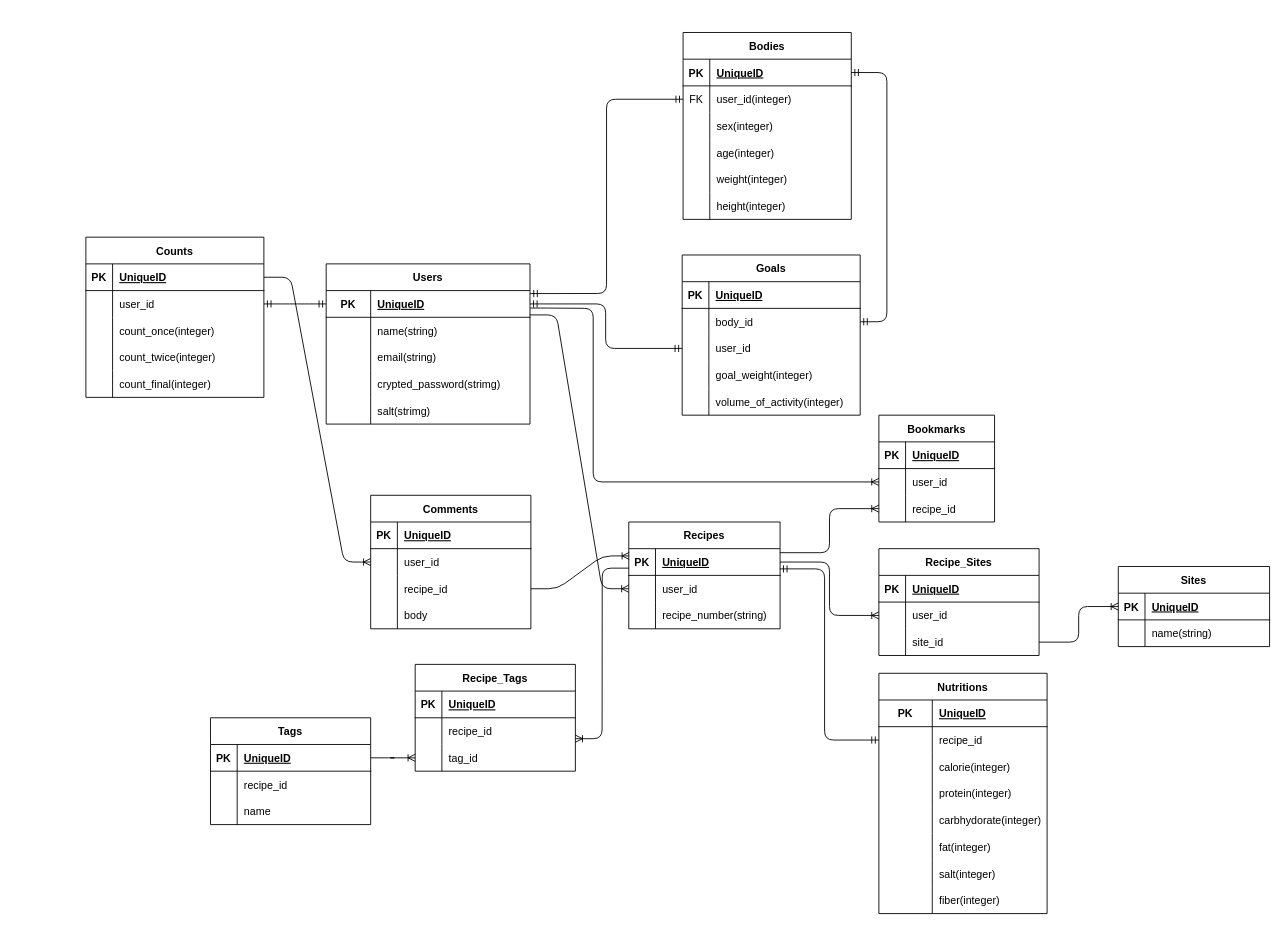
Before: slatrition.drawio in shinotaku1997/slatrition, a draw.io diagram. Source tidied: cells renumbered, new cells numbered last; positions are measured from the earlier drawing's top-left corner, leaving out a move shared by most shapes. Both pictures are drawn from the tidied source at 89%, with x=0, y=0 at pixel (85, 32).
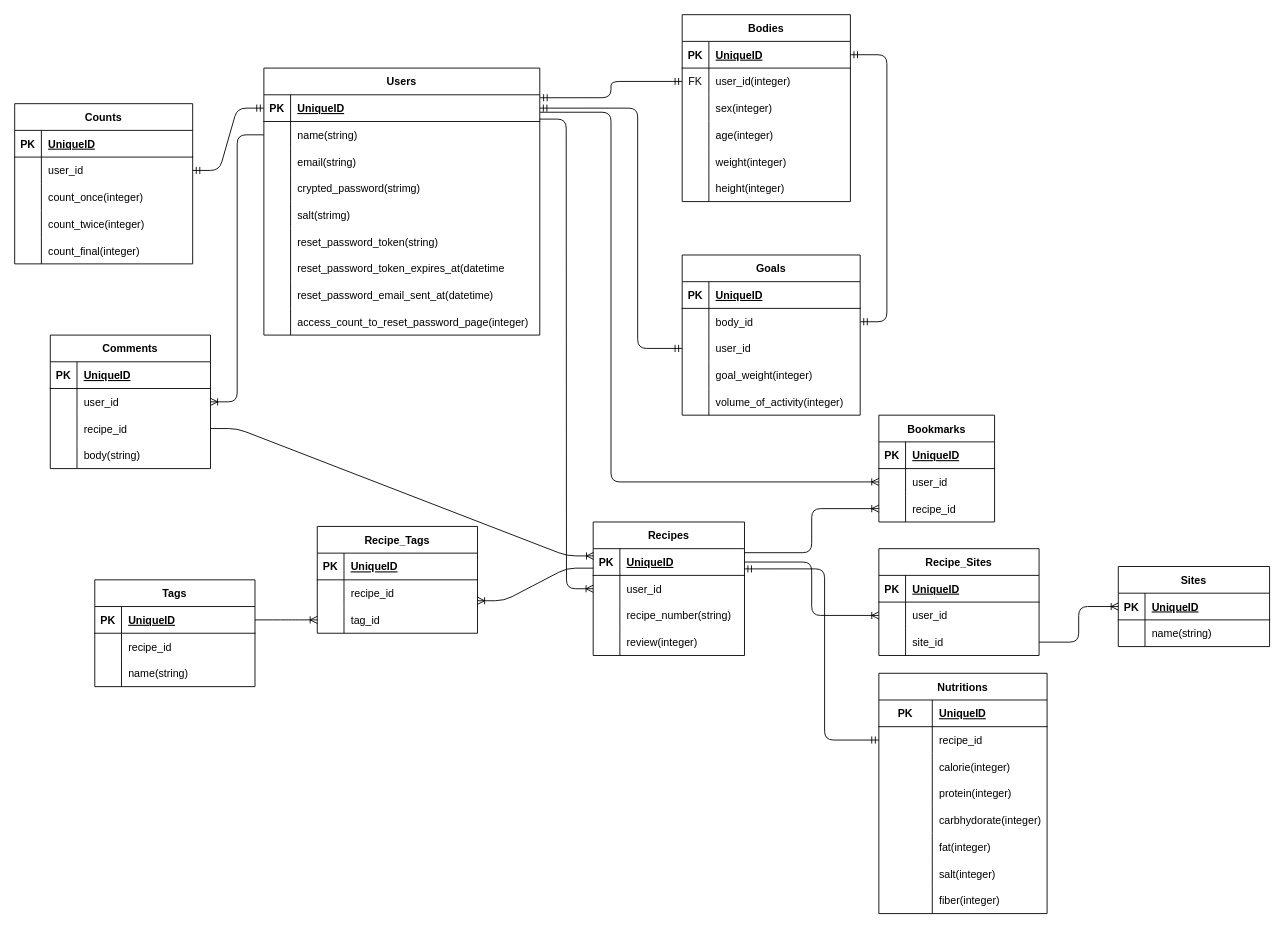
After the change.

Commit message:
カラムの追加

Unchanged cells that the change refers to:
```xml
<mxCell id="41" style="shape=tableRow;horizontal=0;startSize=0;swimlaneHead=0;swimlaneBody=0;fillColor=none;points=[[0,0.5],[1,0.5]];portConstraint=eastwest;top=0;left=0;right=0;bottom=0;" parent="37" vertex="1">
  <mxGeometry y="60" width="130" height="30" as="geometry" />
</mxCell>
<mxCell id="54" style="shape=tableRow;horizontal=0;startSize=0;swimlaneHead=0;swimlaneBody=0;fillColor=none;points=[[0,0.5],[1,0.5]];portConstraint=eastwest;top=0;left=0;right=0;bottom=0;" parent="47" vertex="1">
  <mxGeometry y="90" width="200" height="30" as="geometry" />
</mxCell>
<mxCell id="74" style="shape=tableRow;horizontal=0;startSize=0;swimlaneHead=0;swimlaneBody=0;fillColor=none;points=[[0,0.5],[1,0.5]];portConstraint=eastwest;top=0;left=0;right=0;bottom=1;" parent="73" vertex="1">
  <mxGeometry y="30" width="200" height="30" as="geometry" />
</mxCell>
<mxCell id="145" style="shape=tableRow;horizontal=0;startSize=0;swimlaneHead=0;swimlaneBody=0;fillColor=none;points=[[0,0.5],[1,0.5]];portConstraint=eastwest;top=0;left=0;right=0;bottom=0;" parent="141" vertex="1">
  <mxGeometry y="60" width="180" height="30" as="geometry" />
</mxCell>
<mxCell id="151" style="shape=tableRow;horizontal=0;startSize=0;swimlaneHead=0;swimlaneBody=0;fillColor=none;top=0;left=0;right=0;bottom=0;" parent="141" vertex="1">
  <mxGeometry y="120" width="180" height="30" as="geometry" />
</mxCell>
<mxCell id="161" style="shape=tableRow;horizontal=0;startSize=0;swimlaneHead=0;swimlaneBody=0;fillColor=none;top=0;left=0;right=0;bottom=0;" parent="154" vertex="1">
  <mxGeometry y="90" width="180" height="30" as="geometry" />
</mxCell>
```

Diff of the diagram source:
```diff
@@
     <mxCell id="2" value="Users" style="shape=table;startSize=30;childLayout=tableLayout;rowLines=0;fontStyle=1;align=center;" parent="1" vertex="1">
-      <mxGeometry x="270" y="260" width="229" height="180" as="geometry" />
+      <mxGeometry x="200" y="40" width="310" height="300" as="geometry" />
     </mxCell>
     <mxCell id="3" style="shape=tableRow;horizontal=0;startSize=0;swimlaneHead=0;swimlaneBody=0;fillColor=none;points=[[0,0.5],[1,0.5]];portConstraint=eastwest;top=0;left=0;right=0;bottom=1;" parent="2" vertex="1">
-      <mxGeometry y="30" width="229" height="30" as="geometry" />
+      <mxGeometry y="30" width="310" height="30" as="geometry" />
     </mxCell>
     <mxCell id="4" value="PK" style="shape=partialRectangle;fillColor=none;top=0;left=0;bottom=0;right=0;fontStyle=1;overflow=hidden;" parent="3" vertex="1">
-      <mxGeometry width="50" height="30" as="geometry" />
+      <mxGeometry width="30" height="30" as="geometry" />
     </mxCell>
     <mxCell id="5" value="UniqueID" style="shape=partialRectangle;fillColor=none;top=0;left=0;bottom=0;right=0;align=left;spacingLeft=6;fontStyle=5;overflow=hidden;" parent="3" vertex="1">
-      <mxGeometry x="50" width="179" height="30" as="geometry" />
+      <mxGeometry x="30" width="280" height="30" as="geometry" />
     </mxCell>
     <mxCell id="6" style="shape=tableRow;horizontal=0;startSize=0;swimlaneHead=0;swimlaneBody=0;fillColor=none;points=[[0,0.5],[1,0.5]];portConstraint=eastwest;top=0;left=0;right=0;bottom=0;" parent="2" vertex="1">
-      <mxGeometry y="60" width="229" height="30" as="geometry" />
+      <mxGeometry y="60" width="310" height="30" as="geometry" />
     </mxCell>
     <mxCell id="7" style="shape=partialRectangle;fillColor=none;top=0;left=0;bottom=0;right=0;overflow=hidden;" parent="6" vertex="1">
-      <mxGeometry width="50" height="30" as="geometry" />
+      <mxGeometry width="30" height="30" as="geometry" />
     </mxCell>
     <mxCell id="8" value="name(string)" style="shape=partialRectangle;fillColor=none;top=0;left=0;bottom=0;right=0;align=left;spacingLeft=6;overflow=hidden;" parent="6" vertex="1">
-      <mxGeometry x="50" width="179" height="30" as="geometry" />
+      <mxGeometry x="30" width="280" height="30" as="geometry" />
     </mxCell>
     <mxCell id="9" style="shape=tableRow;horizontal=0;startSize=0;swimlaneHead=0;swimlaneBody=0;fillColor=none;top=0;left=0;right=0;bottom=0;" parent="2" vertex="1">
-      <mxGeometry y="90" width="229" height="30" as="geometry" />
+      <mxGeometry y="90" width="310" height="30" as="geometry" />
     </mxCell>
     <mxCell id="10" style="shape=partialRectangle;fillColor=none;top=0;left=0;bottom=0;right=0;overflow=hidden;" parent="9" vertex="1">
-      <mxGeometry width="50" height="30" as="geometry" />
+      <mxGeometry width="30" height="30" as="geometry" />
     </mxCell>
     <mxCell id="11" value="email(string)" style="shape=partialRectangle;fillColor=none;top=0;left=0;bottom=0;right=0;align=left;spacingLeft=6;overflow=hidden;" parent="9" vertex="1">
-      <mxGeometry x="50" width="179" height="30" as="geometry" />
+      <mxGeometry x="30" width="280" height="30" as="geometry" />
     </mxCell>
     <mxCell id="12" style="shape=tableRow;horizontal=0;startSize=0;swimlaneHead=0;swimlaneBody=0;fillColor=none;top=0;left=0;right=0;bottom=0;" parent="2" vertex="1">
-      <mxGeometry y="120" width="229" height="30" as="geometry" />
+      <mxGeometry y="120" width="310" height="30" as="geometry" />
     </mxCell>
     <mxCell id="13" style="shape=partialRectangle;fillColor=none;top=0;left=0;bottom=0;right=0;overflow=hidden;" parent="12" vertex="1">
-      <mxGeometry width="50" height="30" as="geometry" />
+      <mxGeometry width="30" height="30" as="geometry" />
     </mxCell>
     <mxCell id="14" value="crypted_password(strimg)" style="shape=partialRectangle;fillColor=none;top=0;left=0;bottom=0;right=0;align=left;spacingLeft=6;overflow=hidden;" parent="12" vertex="1">
-      <mxGeometry x="50" width="179" height="30" as="geometry" />
+      <mxGeometry x="30" width="280" height="30" as="geometry" />
     </mxCell>
     <mxCell id="15" style="shape=tableRow;horizontal=0;startSize=0;swimlaneHead=0;swimlaneBody=0;fillColor=none;top=0;left=0;right=0;bottom=0;" parent="2" vertex="1">
-      <mxGeometry y="150" width="229" height="30" as="geometry" />
+      <mxGeometry y="150" width="310" height="30" as="geometry" />
     </mxCell>
     <mxCell id="16" style="shape=partialRectangle;fillColor=none;top=0;left=0;bottom=0;right=0;overflow=hidden;" parent="15" vertex="1">
-      <mxGeometry width="50" height="30" as="geometry" />
+      <mxGeometry width="30" height="30" as="geometry" />
     </mxCell>
     <mxCell id="17" value="salt(strimg)" style="shape=partialRectangle;fillColor=none;top=0;left=0;bottom=0;right=0;align=left;spacingLeft=6;overflow=hidden;" parent="15" vertex="1">
-      <mxGeometry x="50" width="179" height="30" as="geometry" />
+      <mxGeometry x="30" width="280" height="30" as="geometry" />
     </mxCell>
+    <mxCell id="178" style="shape=tableRow;horizontal=0;startSize=0;swimlaneHead=0;swimlaneBody=0;fillColor=none;top=0;left=0;right=0;bottom=0;" parent="2" vertex="1">
+      <mxGeometry y="180" width="310" height="30" as="geometry" />
+    </mxCell>
+    <mxCell id="179" style="shape=partialRectangle;fillColor=none;top=0;left=0;bottom=0;right=0;overflow=hidden;" parent="178" vertex="1">
+      <mxGeometry width="30" height="30" as="geometry" />
+    </mxCell>
+    <mxCell id="180" value="reset_password_token(string)" style="shape=partialRectangle;fillColor=none;top=0;left=0;bottom=0;right=0;align=left;spacingLeft=6;overflow=hidden;" parent="178" vertex="1">
+      <mxGeometry x="30" width="280" height="30" as="geometry" />
+    </mxCell>
+    <mxCell id="181" style="shape=tableRow;horizontal=0;startSize=0;swimlaneHead=0;swimlaneBody=0;fillColor=none;top=0;left=0;right=0;bottom=0;" parent="2" vertex="1">
+      <mxGeometry y="210" width="310" height="30" as="geometry" />
+    </mxCell>
+    <mxCell id="182" style="shape=partialRectangle;fillColor=none;top=0;left=0;bottom=0;right=0;overflow=hidden;" parent="181" vertex="1">
+      <mxGeometry width="30" height="30" as="geometry" />
+    </mxCell>
+    <mxCell id="183" value="reset_password_token_expires_at(datetime" style="shape=partialRectangle;fillColor=none;top=0;left=0;bottom=0;right=0;align=left;spacingLeft=6;overflow=hidden;" parent="181" vertex="1">
+      <mxGeometry x="30" width="280" height="30" as="geometry" />
+    </mxCell>
+    <mxCell id="184" style="shape=tableRow;horizontal=0;startSize=0;swimlaneHead=0;swimlaneBody=0;fillColor=none;top=0;left=0;right=0;bottom=0;" parent="2" vertex="1">
+      <mxGeometry y="240" width="310" height="30" as="geometry" />
+    </mxCell>
+    <mxCell id="185" style="shape=partialRectangle;fillColor=none;top=0;left=0;bottom=0;right=0;overflow=hidden;" parent="184" vertex="1">
+      <mxGeometry width="30" height="30" as="geometry" />
+    </mxCell>
+    <mxCell id="186" value="reset_password_email_sent_at(datetime)" style="shape=partialRectangle;fillColor=none;top=0;left=0;bottom=0;right=0;align=left;spacingLeft=6;overflow=hidden;" parent="184" vertex="1">
+      <mxGeometry x="30" width="280" height="30" as="geometry" />
+    </mxCell>
+    <mxCell id="187" style="shape=tableRow;horizontal=0;startSize=0;swimlaneHead=0;swimlaneBody=0;fillColor=none;top=0;left=0;right=0;bottom=0;" parent="2" vertex="1">
+      <mxGeometry y="270" width="310" height="30" as="geometry" />
+    </mxCell>
+    <mxCell id="188" style="shape=partialRectangle;fillColor=none;top=0;left=0;bottom=0;right=0;overflow=hidden;" parent="187" vertex="1">
+      <mxGeometry width="30" height="30" as="geometry" />
+    </mxCell>
+    <mxCell id="189" value="access_count_to_reset_password_page(integer)" style="shape=partialRectangle;fillColor=none;top=0;left=0;bottom=0;right=0;align=left;spacingLeft=6;overflow=hidden;" parent="187" vertex="1">
+      <mxGeometry x="30" width="280" height="30" as="geometry" />
+    </mxCell>
     <mxCell id="18" value="Bodies" style="shape=table;startSize=30;childLayout=tableLayout;rowLines=0;fontStyle=1;align=center;" parent="1" vertex="1">
-      <mxGeometry x="671" width="189" height="210" as="geometry" />
+      <mxGeometry x="670" y="-20" width="189" height="210" as="geometry" />
     </mxCell>
@@
     <mxCell id="63" value="Recipes" style="shape=table;startSize=30;childLayout=tableLayout;rowLines=0;fontStyle=1;align=center;" parent="1" vertex="1">
-      <mxGeometry x="610" y="550" width="170" height="120" as="geometry" />
+      <mxGeometry x="570" y="550" width="170" height="150" as="geometry" />
     </mxCell>
@@
+    <mxCell id="190" style="shape=tableRow;horizontal=0;startSize=0;swimlaneHead=0;swimlaneBody=0;fillColor=none;top=0;left=0;right=0;bottom=0;" parent="63" vertex="1">
+      <mxGeometry y="120" width="170" height="30" as="geometry" />
+    </mxCell>
+    <mxCell id="191" style="shape=partialRectangle;fillColor=none;top=0;left=0;bottom=0;right=0;overflow=hidden;" parent="190" vertex="1">
+      <mxGeometry width="30" height="30" as="geometry" />
+    </mxCell>
+    <mxCell id="192" value="review(integer)" style="shape=partialRectangle;fillColor=none;top=0;left=0;bottom=0;right=0;align=left;spacingLeft=6;overflow=hidden;" parent="190" vertex="1">
+      <mxGeometry x="30" width="140" height="30" as="geometry" />
+    </mxCell>
     <mxCell id="73" value="Counts" style="shape=table;startSize=30;childLayout=tableLayout;rowLines=0;fontStyle=1;align=center;" parent="1" vertex="1">
-      <mxGeometry y="230" width="200" height="180" as="geometry" />
+      <mxGeometry x="-80" y="80" width="200" height="180" as="geometry" />
     </mxCell>
@@
     <mxCell id="123" style="edgeStyle=orthogonalEdgeStyle;fontSize=12;html=1;endArrow=ERmandOne;startArrow=ERmandOne;entryX=0;entryY=0.5;entryDx=0;entryDy=0;exitX=1;exitY=0.5;exitDx=0;exitDy=0;" parent="1" edge="1" source="3" target="54">
       <mxGeometry relative="1" as="geometry">
         <Array as="points">
-          <mxPoint x="584" y="305" />
-          <mxPoint x="584" y="355" />
+          <mxPoint x="620" y="85" />
+          <mxPoint x="620" y="355" />
         </Array>
       </mxGeometry>
     </mxCell>
@@
     <mxCell id="139" style="edgeStyle=orthogonalEdgeStyle;fontSize=12;html=1;endArrow=ERoneToMany;entryX=0;entryY=0.5;entryDx=0;entryDy=0;exitX=1.001;exitY=0.654;exitDx=0;exitDy=0;exitPerimeter=0;" parent="1" edge="1" source="3" target="41">
       <mxGeometry relative="1" as="geometry">
         <Array as="points">
-          <mxPoint x="510" y="310" />
-          <mxPoint x="570" y="310" />
-          <mxPoint x="570" y="505" />
+          <mxPoint x="590" y="90" />
+          <mxPoint x="590" y="505" />
         </Array>
       </mxGeometry>
     </mxCell>
@@
     <mxCell id="141" value="Comments" style="shape=table;startSize=30;childLayout=tableLayout;rowLines=0;fontStyle=1;align=center;" parent="1" vertex="1">
-      <mxGeometry x="320" y="520" width="180" height="150" as="geometry" />
+      <mxGeometry x="-40" y="340" width="180" height="150" as="geometry" />
     </mxCell>
@@
-    <mxCell id="153" value="body" style="shape=partialRectangle;fillColor=none;top=0;left=0;bottom=0;right=0;align=left;spacingLeft=6;overflow=hidden;" parent="151" vertex="1">
+    <mxCell id="153" value="body(string)" style="shape=partialRectangle;fillColor=none;top=0;left=0;bottom=0;right=0;align=left;spacingLeft=6;overflow=hidden;" parent="151" vertex="1">
       <mxGeometry x="30" width="150" height="30" as="geometry" />
     </mxCell>
     <mxCell id="154" value="Tags" style="shape=table;startSize=30;childLayout=tableLayout;rowLines=0;fontStyle=1;align=center;" parent="1" vertex="1">
-      <mxGeometry x="140" y="770" width="180" height="120" as="geometry" />
+      <mxGeometry x="10" y="615" width="180" height="120" as="geometry" />
     </mxCell>
@@
-    <mxCell id="163" value="name" style="shape=partialRectangle;fillColor=none;top=0;left=0;bottom=0;right=0;align=left;spacingLeft=6;overflow=hidden;" parent="161" vertex="1">
+    <mxCell id="163" value="name(string)" style="shape=partialRectangle;fillColor=none;top=0;left=0;bottom=0;right=0;align=left;spacingLeft=6;overflow=hidden;" parent="161" vertex="1">
       <mxGeometry x="30" width="150" height="30" as="geometry" />
     </mxCell>
     <mxCell id="164" value="Recipe_Tags" style="shape=table;startSize=30;childLayout=tableLayout;rowLines=0;fontStyle=1;align=center;" parent="1" vertex="1">
-      <mxGeometry x="370" y="710" width="180" height="120" as="geometry" />
+      <mxGeometry x="260" y="555" width="180" height="120" as="geometry" />
     </mxCell>
@@
-    <mxCell id="176" style="edgeStyle=entityRelationEdgeStyle;fontSize=12;html=1;endArrow=ERoneToMany;exitX=1;exitY=0.5;exitDx=0;exitDy=0;entryX=0;entryY=0.5;entryDx=0;entryDy=0;" parent="1" edge="1" source="74" target="145">
+    <mxCell id="176" style="edgeStyle=entityRelationEdgeStyle;fontSize=12;html=1;endArrow=ERoneToMany;exitX=0;exitY=0.5;exitDx=0;exitDy=0;" parent="1" edge="1" source="6" target="145">
       <mxGeometry relative="1" as="geometry" />
     </mxCell>
```
